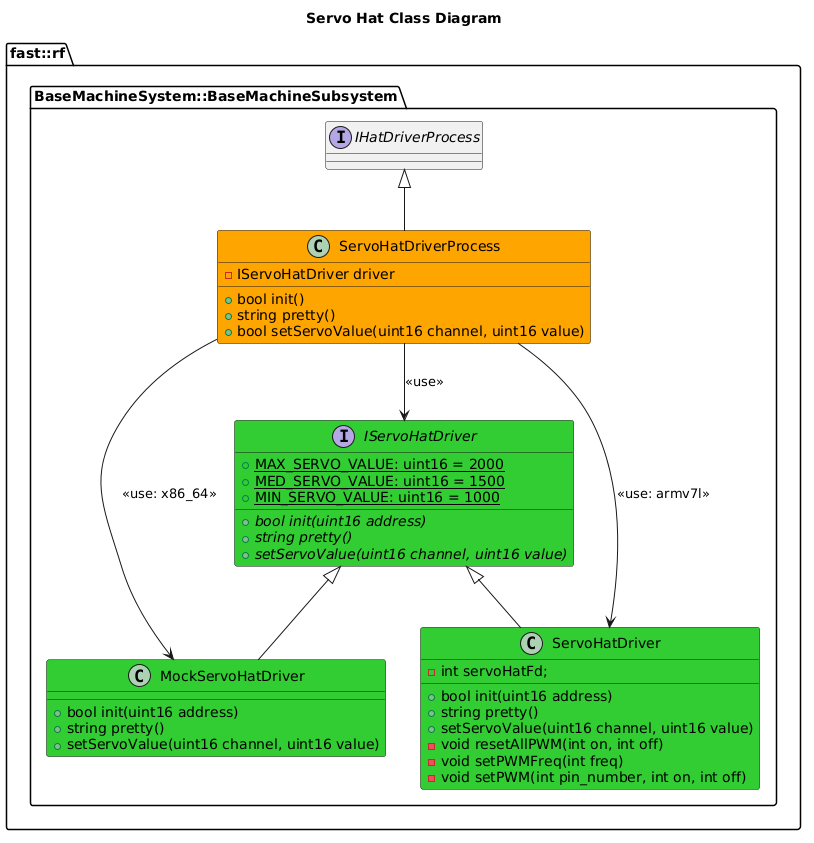
Before: Systems/BaseMachine/Subsystems/BaseMachine/Processes/HatDriver/doc/ProcessImplementations/puml/ServoHatClassDiagram.png, a diagram exported from PlantUML (fastrobotics/robot_framework). Its diagram source:
```plantuml
@startuml
title Servo Hat Class Diagram
namespace fast::rf {
    namespace BaseMachineSystem::BaseMachineSubsystem {
        interface IHatDriverProcess
        interface IServoHatDriver #LimeGreen {
            +{static} MAX_SERVO_VALUE: uint16 = 2000
            +{static} MED_SERVO_VALUE: uint16 = 1500
            +{static} MIN_SERVO_VALUE: uint16 = 1000
            +{abstract} bool init(uint16 address)
            +{abstract} string pretty()
            +{abstract} setServoValue(uint16 channel, uint16 value)

        }
        class MockServoHatDriver #LimeGreen {
            +bool init(uint16 address)
            +string pretty()
            +setServoValue(uint16 channel, uint16 value)
        }
        class ServoHatDriver #LimeGreen {
            +bool init(uint16 address)
            +string pretty()
            +setServoValue(uint16 channel, uint16 value)
            -int servoHatFd;
            -void resetAllPWM(int on, int off)
            -void setPWMFreq(int freq)
            -void setPWM(int pin_number, int on, int off)

        }

        ServoHatDriver -up-|> IServoHatDriver
        MockServoHatDriver -up-|> IServoHatDriver

        class ServoHatDriverProcess #Orange {
            +bool init()
            +string pretty()
            +bool setServoValue(uint16 channel, uint16 value)
            -IServoHatDriver driver

        }
        ServoHatDriverProcess -up-|> IHatDriverProcess
        ServoHatDriverProcess --> IServoHatDriver: <<use>>
        ServoHatDriverProcess --> MockServoHatDriver: <<use: x86_64>>
        ServoHatDriverProcess --> ServoHatDriver: <<use: armv7l>>
    }
}
@enduml
```
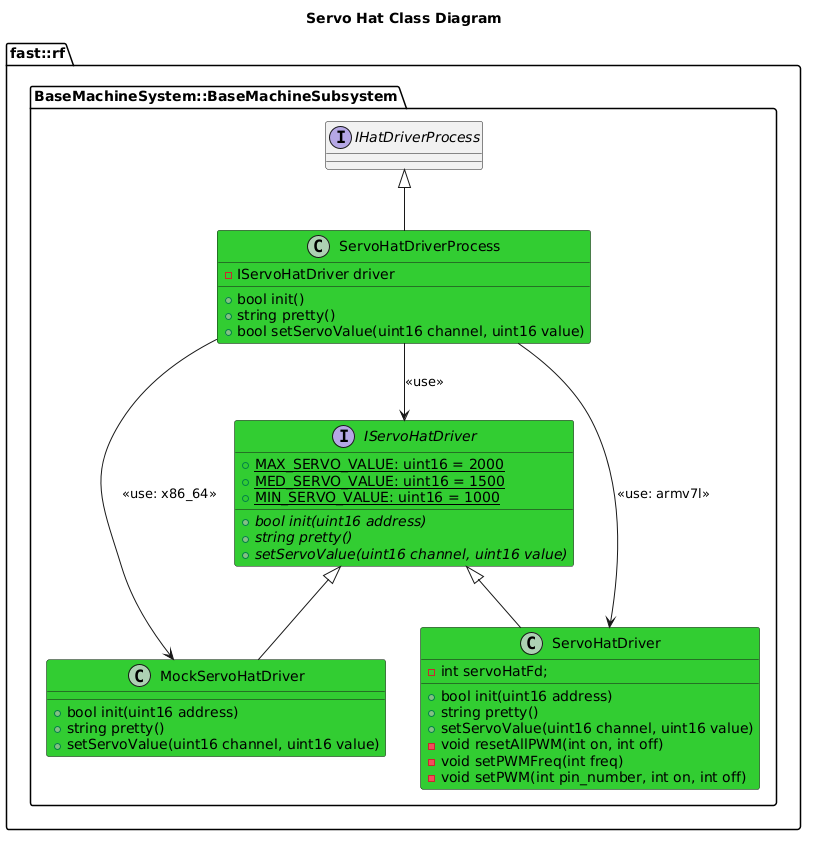
Later version of the same file.

Change to the diagram source:
```diff
@@ -31,7 +31,7 @@
         ServoHatDriver -up-|> IServoHatDriver
         MockServoHatDriver -up-|> IServoHatDriver
 
-        class ServoHatDriverProcess #Orange {
+        class ServoHatDriverProcess #LimeGreen {
             +bool init()
             +string pretty()
             +bool setServoValue(uint16 channel, uint16 value)
```
